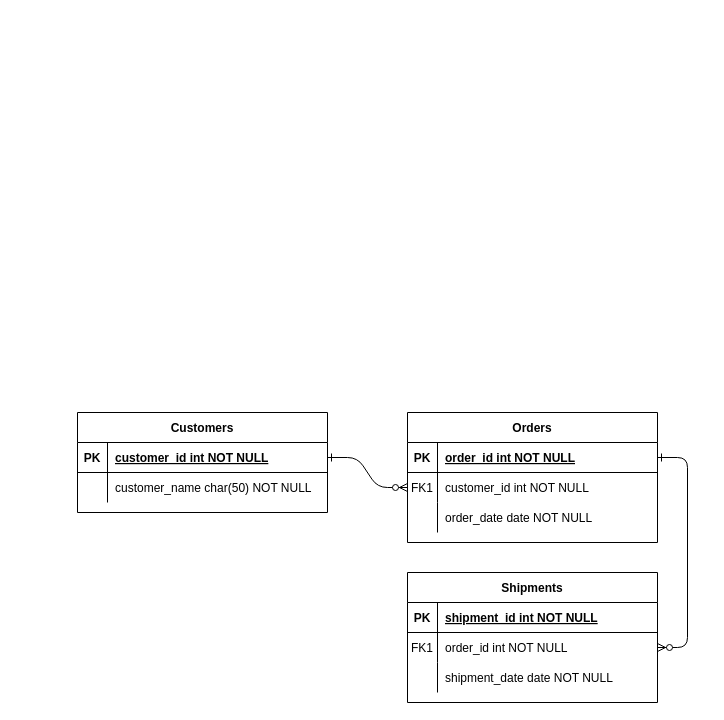
Above: Untitled Diagram.drawio in danibritods/consulta_academica (draw.io), before the change. Source tidied: cells renumbered, new cells numbered last; positions are measured from the earlier drawing's top-left corner, leaving out a move shared by most shapes. Both pictures are drawn from the tidied source at 100%, with x=0, y=0 at pixel (77, 412).
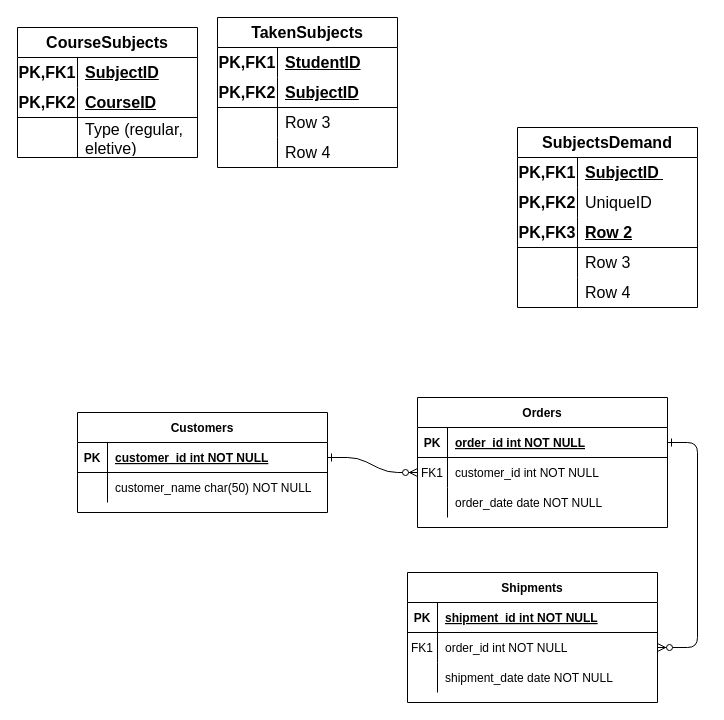
The same page after the edit.

Diff of the diagram source:
```diff
@@
     <mxCell id="4" value="Orders" style="shape=table;startSize=30;childLayout=tableLayout;rowLines=0;fontStyle=1;align=center;" parent="1" vertex="1">
-      <mxGeometry x="330" width="250" height="130" as="geometry" />
+      <mxGeometry x="340" y="-15" width="250" height="130" as="geometry" />
     </mxCell>
@@
+    <mxCell id="31" value="TakenSubjects" style="shape=table;startSize=30;childLayout=tableLayout;rowLines=0;fontStyle=1;align=center;html=1;whiteSpace=wrap;fontSize=16;" parent="1" vertex="1">
+      <mxGeometry x="140" y="-395" width="180" height="150" as="geometry" />
+    </mxCell>
+    <mxCell id="32" style="shape=tableRow;horizontal=0;startSize=0;swimlaneHead=0;swimlaneBody=0;fillColor=none;top=0;left=0;right=0;bottom=0;html=1;fontSize=16;" parent="31" vertex="1">
+      <mxGeometry y="30" width="180" height="30" as="geometry" />
+    </mxCell>
+    <mxCell id="33" value="PK,FK1" style="shape=partialRectangle;fillColor=none;top=0;left=0;bottom=0;right=0;fontStyle=1;overflow=hidden;html=1;whiteSpace=wrap;fontSize=16;" parent="32" vertex="1">
+      <mxGeometry width="60" height="30" as="geometry" />
+    </mxCell>
+    <mxCell id="34" value="StudentID" style="shape=partialRectangle;fillColor=none;top=0;left=0;bottom=0;right=0;align=left;spacingLeft=6;fontStyle=5;overflow=hidden;html=1;whiteSpace=wrap;fontSize=16;" parent="32" vertex="1">
+      <mxGeometry x="60" width="120" height="30" as="geometry" />
+    </mxCell>
+    <mxCell id="35" style="shape=tableRow;horizontal=0;startSize=0;swimlaneHead=0;swimlaneBody=0;fillColor=none;top=0;left=0;right=0;bottom=1;html=1;fontSize=16;" parent="31" vertex="1">
+      <mxGeometry y="60" width="180" height="30" as="geometry" />
+    </mxCell>
+    <mxCell id="36" value="PK,FK2" style="shape=partialRectangle;fillColor=none;top=0;left=0;bottom=0;right=0;fontStyle=1;overflow=hidden;html=1;whiteSpace=wrap;fontSize=16;" parent="35" vertex="1">
+      <mxGeometry width="60" height="30" as="geometry" />
+    </mxCell>
+    <mxCell id="37" value="SubjectID" style="shape=partialRectangle;fillColor=none;top=0;left=0;bottom=0;right=0;align=left;spacingLeft=6;fontStyle=5;overflow=hidden;html=1;whiteSpace=wrap;fontSize=16;" parent="35" vertex="1">
+      <mxGeometry x="60" width="120" height="30" as="geometry" />
+    </mxCell>
+    <mxCell id="38" style="shape=tableRow;horizontal=0;startSize=0;swimlaneHead=0;swimlaneBody=0;fillColor=none;top=0;left=0;right=0;bottom=0;html=1;fontSize=16;" parent="31" vertex="1">
+      <mxGeometry y="90" width="180" height="30" as="geometry" />
+    </mxCell>
+    <mxCell id="39" style="shape=partialRectangle;fillColor=none;top=0;left=0;bottom=0;right=0;overflow=hidden;html=1;whiteSpace=wrap;fontSize=16;" parent="38" vertex="1">
+      <mxGeometry width="60" height="30" as="geometry" />
+    </mxCell>
+    <mxCell id="40" value="Row 3" style="shape=partialRectangle;fillColor=none;top=0;left=0;bottom=0;right=0;align=left;spacingLeft=6;overflow=hidden;html=1;whiteSpace=wrap;fontSize=16;" parent="38" vertex="1">
+      <mxGeometry x="60" width="120" height="30" as="geometry" />
+    </mxCell>
+    <mxCell id="41" style="shape=tableRow;horizontal=0;startSize=0;swimlaneHead=0;swimlaneBody=0;fillColor=none;top=0;left=0;right=0;bottom=0;html=1;fontSize=16;" parent="31" vertex="1">
+      <mxGeometry y="120" width="180" height="30" as="geometry" />
+    </mxCell>
+    <mxCell id="42" style="shape=partialRectangle;fillColor=none;top=0;left=0;bottom=0;right=0;overflow=hidden;html=1;whiteSpace=wrap;fontSize=16;" parent="41" vertex="1">
+      <mxGeometry width="60" height="30" as="geometry" />
+    </mxCell>
+    <mxCell id="43" value="Row 4" style="shape=partialRectangle;fillColor=none;top=0;left=0;bottom=0;right=0;align=left;spacingLeft=6;overflow=hidden;html=1;whiteSpace=wrap;fontSize=16;" parent="41" vertex="1">
+      <mxGeometry x="60" width="120" height="30" as="geometry" />
+    </mxCell>
+    <mxCell id="44" value="CourseSubjects" style="shape=table;startSize=30;childLayout=tableLayout;rowLines=0;fontStyle=1;align=center;html=1;whiteSpace=wrap;fontSize=16;" parent="1" vertex="1">
+      <mxGeometry x="-60" y="-385" width="180" height="130" as="geometry" />
+    </mxCell>
+    <mxCell id="45" style="shape=tableRow;horizontal=0;startSize=0;swimlaneHead=0;swimlaneBody=0;fillColor=none;top=0;left=0;right=0;bottom=0;html=1;fontSize=16;" parent="44" vertex="1">
+      <mxGeometry y="30" width="180" height="30" as="geometry" />
+    </mxCell>
+    <mxCell id="46" value="PK,FK1" style="shape=partialRectangle;fillColor=none;top=0;left=0;bottom=0;right=0;fontStyle=1;overflow=hidden;html=1;whiteSpace=wrap;fontSize=16;" parent="45" vertex="1">
+      <mxGeometry width="60" height="30" as="geometry" />
+    </mxCell>
+    <mxCell id="47" value="SubjectID" style="shape=partialRectangle;fillColor=none;top=0;left=0;bottom=0;right=0;align=left;spacingLeft=6;fontStyle=5;overflow=hidden;html=1;whiteSpace=wrap;fontSize=16;" parent="45" vertex="1">
+      <mxGeometry x="60" width="120" height="30" as="geometry" />
+    </mxCell>
+    <mxCell id="48" style="shape=tableRow;horizontal=0;startSize=0;swimlaneHead=0;swimlaneBody=0;fillColor=none;top=0;left=0;right=0;bottom=1;html=1;fontSize=16;" parent="44" vertex="1">
+      <mxGeometry y="60" width="180" height="30" as="geometry" />
+    </mxCell>
+    <mxCell id="49" value="PK,FK2" style="shape=partialRectangle;fillColor=none;top=0;left=0;bottom=0;right=0;fontStyle=1;overflow=hidden;html=1;whiteSpace=wrap;fontSize=16;" parent="48" vertex="1">
+      <mxGeometry width="60" height="30" as="geometry" />
+    </mxCell>
+    <mxCell id="50" value="CourseID" style="shape=partialRectangle;fillColor=none;top=0;left=0;bottom=0;right=0;align=left;spacingLeft=6;fontStyle=5;overflow=hidden;html=1;whiteSpace=wrap;fontSize=16;" parent="48" vertex="1">
+      <mxGeometry x="60" width="120" height="30" as="geometry" />
+    </mxCell>
+    <mxCell id="51" style="shape=tableRow;horizontal=0;startSize=0;swimlaneHead=0;swimlaneBody=0;fillColor=none;top=0;left=0;right=0;bottom=0;html=1;fontSize=16;" parent="44" vertex="1">
+      <mxGeometry y="90" width="180" height="40" as="geometry" />
+    </mxCell>
+    <mxCell id="52" style="shape=partialRectangle;fillColor=none;top=0;left=0;bottom=0;right=0;overflow=hidden;html=1;whiteSpace=wrap;fontSize=16;" parent="51" vertex="1">
+      <mxGeometry width="60" height="40" as="geometry" />
+    </mxCell>
+    <mxCell id="53" value="Type (regular, eletive)" style="shape=partialRectangle;fillColor=none;top=0;left=0;bottom=0;right=0;align=left;spacingLeft=6;overflow=hidden;html=1;whiteSpace=wrap;fontSize=16;" parent="51" vertex="1">
+      <mxGeometry x="60" width="120" height="40" as="geometry" />
+    </mxCell>
+    <mxCell id="54" value="SubjectsDemand" style="shape=table;startSize=30;childLayout=tableLayout;rowLines=0;fontStyle=1;align=center;html=1;whiteSpace=wrap;fontSize=16;" parent="1" vertex="1">
+      <mxGeometry x="440" y="-285" width="180" height="180" as="geometry" />
+    </mxCell>
+    <mxCell id="55" style="shape=tableRow;horizontal=0;startSize=0;swimlaneHead=0;swimlaneBody=0;fillColor=none;top=0;left=0;right=0;bottom=0;html=1;fontSize=16;" parent="54" vertex="1">
+      <mxGeometry y="30" width="180" height="30" as="geometry" />
+    </mxCell>
+    <mxCell id="56" value="PK,FK1" style="shape=partialRectangle;fillColor=none;top=0;left=0;bottom=0;right=0;fontStyle=1;overflow=hidden;html=1;whiteSpace=wrap;fontSize=16;" parent="55" vertex="1">
+      <mxGeometry width="60" height="30" as="geometry" />
+    </mxCell>
+    <mxCell id="57" value="SubjectID&amp;nbsp;" style="shape=partialRectangle;fillColor=none;top=0;left=0;bottom=0;right=0;align=left;spacingLeft=6;fontStyle=5;overflow=hidden;html=1;whiteSpace=wrap;fontSize=16;" parent="55" vertex="1">
+      <mxGeometry x="60" width="120" height="30" as="geometry" />
+    </mxCell>
+    <mxCell id="58" style="shape=tableRow;horizontal=0;startSize=0;swimlaneHead=0;swimlaneBody=0;fillColor=none;top=0;left=0;right=0;bottom=0;fontSize=16;" parent="54" vertex="1">
+      <mxGeometry y="60" width="180" height="30" as="geometry" />
+    </mxCell>
+    <mxCell id="59" value="&lt;b&gt;PK,FK2&lt;/b&gt;" style="shape=partialRectangle;fillColor=none;top=0;left=0;bottom=0;right=0;fontStyle=0;overflow=hidden;whiteSpace=wrap;html=1;fontSize=16;" parent="58" vertex="1">
+      <mxGeometry width="60" height="30" as="geometry" />
+    </mxCell>
+    <mxCell id="60" value="UniqueID" style="shape=partialRectangle;fillColor=none;top=0;left=0;bottom=0;right=0;align=left;spacingLeft=6;fontStyle=0;overflow=hidden;whiteSpace=wrap;html=1;fontSize=16;" parent="58" vertex="1">
+      <mxGeometry x="60" width="120" height="30" as="geometry" />
+    </mxCell>
+    <mxCell id="61" style="shape=tableRow;horizontal=0;startSize=0;swimlaneHead=0;swimlaneBody=0;fillColor=none;top=0;left=0;right=0;bottom=1;html=1;fontSize=16;" parent="54" vertex="1">
+      <mxGeometry y="90" width="180" height="30" as="geometry" />
+    </mxCell>
+    <mxCell id="62" value="PK,FK3" style="shape=partialRectangle;fillColor=none;top=0;left=0;bottom=0;right=0;fontStyle=1;overflow=hidden;html=1;whiteSpace=wrap;fontSize=16;" parent="61" vertex="1">
+      <mxGeometry width="60" height="30" as="geometry" />
+    </mxCell>
+    <mxCell id="63" value="Row 2" style="shape=partialRectangle;fillColor=none;top=0;left=0;bottom=0;right=0;align=left;spacingLeft=6;fontStyle=5;overflow=hidden;html=1;whiteSpace=wrap;fontSize=16;" parent="61" vertex="1">
+      <mxGeometry x="60" width="120" height="30" as="geometry" />
+    </mxCell>
+    <mxCell id="64" style="shape=tableRow;horizontal=0;startSize=0;swimlaneHead=0;swimlaneBody=0;fillColor=none;top=0;left=0;right=0;bottom=0;html=1;fontSize=16;" parent="54" vertex="1">
+      <mxGeometry y="120" width="180" height="30" as="geometry" />
+    </mxCell>
+    <mxCell id="65" style="shape=partialRectangle;fillColor=none;top=0;left=0;bottom=0;right=0;overflow=hidden;html=1;whiteSpace=wrap;fontSize=16;" parent="64" vertex="1">
+      <mxGeometry width="60" height="30" as="geometry" />
+    </mxCell>
+    <mxCell id="66" value="Row 3" style="shape=partialRectangle;fillColor=none;top=0;left=0;bottom=0;right=0;align=left;spacingLeft=6;overflow=hidden;html=1;whiteSpace=wrap;fontSize=16;" parent="64" vertex="1">
+      <mxGeometry x="60" width="120" height="30" as="geometry" />
+    </mxCell>
+    <mxCell id="67" style="shape=tableRow;horizontal=0;startSize=0;swimlaneHead=0;swimlaneBody=0;fillColor=none;top=0;left=0;right=0;bottom=0;html=1;fontSize=16;" parent="54" vertex="1">
+      <mxGeometry y="150" width="180" height="30" as="geometry" />
+    </mxCell>
+    <mxCell id="68" style="shape=partialRectangle;fillColor=none;top=0;left=0;bottom=0;right=0;overflow=hidden;html=1;whiteSpace=wrap;fontSize=16;" parent="67" vertex="1">
+      <mxGeometry width="60" height="30" as="geometry" />
+    </mxCell>
+    <mxCell id="69" value="Row 4" style="shape=partialRectangle;fillColor=none;top=0;left=0;bottom=0;right=0;align=left;spacingLeft=6;overflow=hidden;html=1;whiteSpace=wrap;fontSize=16;" parent="67" vertex="1">
+      <mxGeometry x="60" width="120" height="30" as="geometry" />
+    </mxCell>
```
